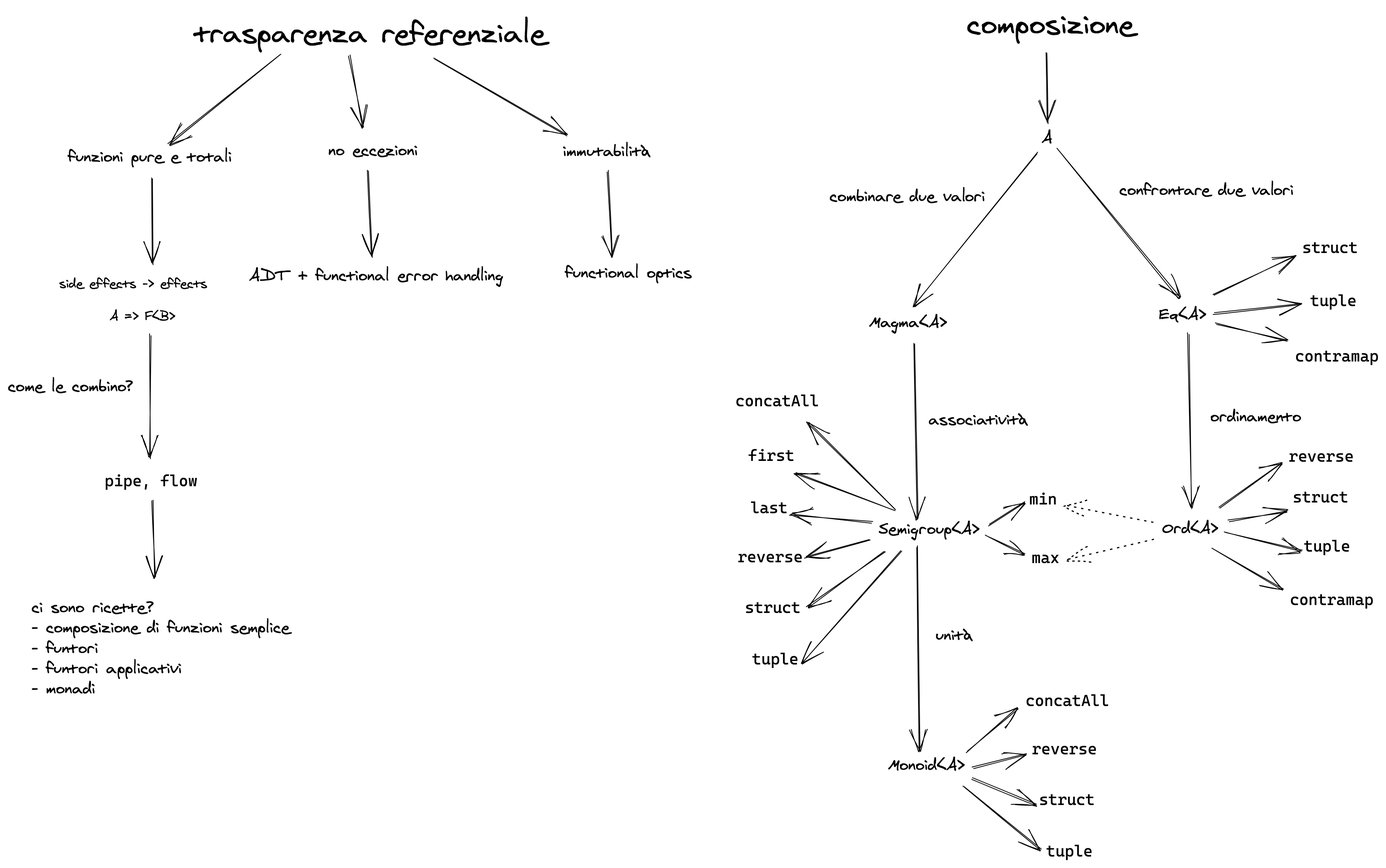
Earlier version of the Excalidraw export mind-map.png (enricopolanski/functional-programming). Source tidied: one line per element, renumbered; positions are measured from the earlier drawing's top-left corner, leaving out a move shared by most shapes.
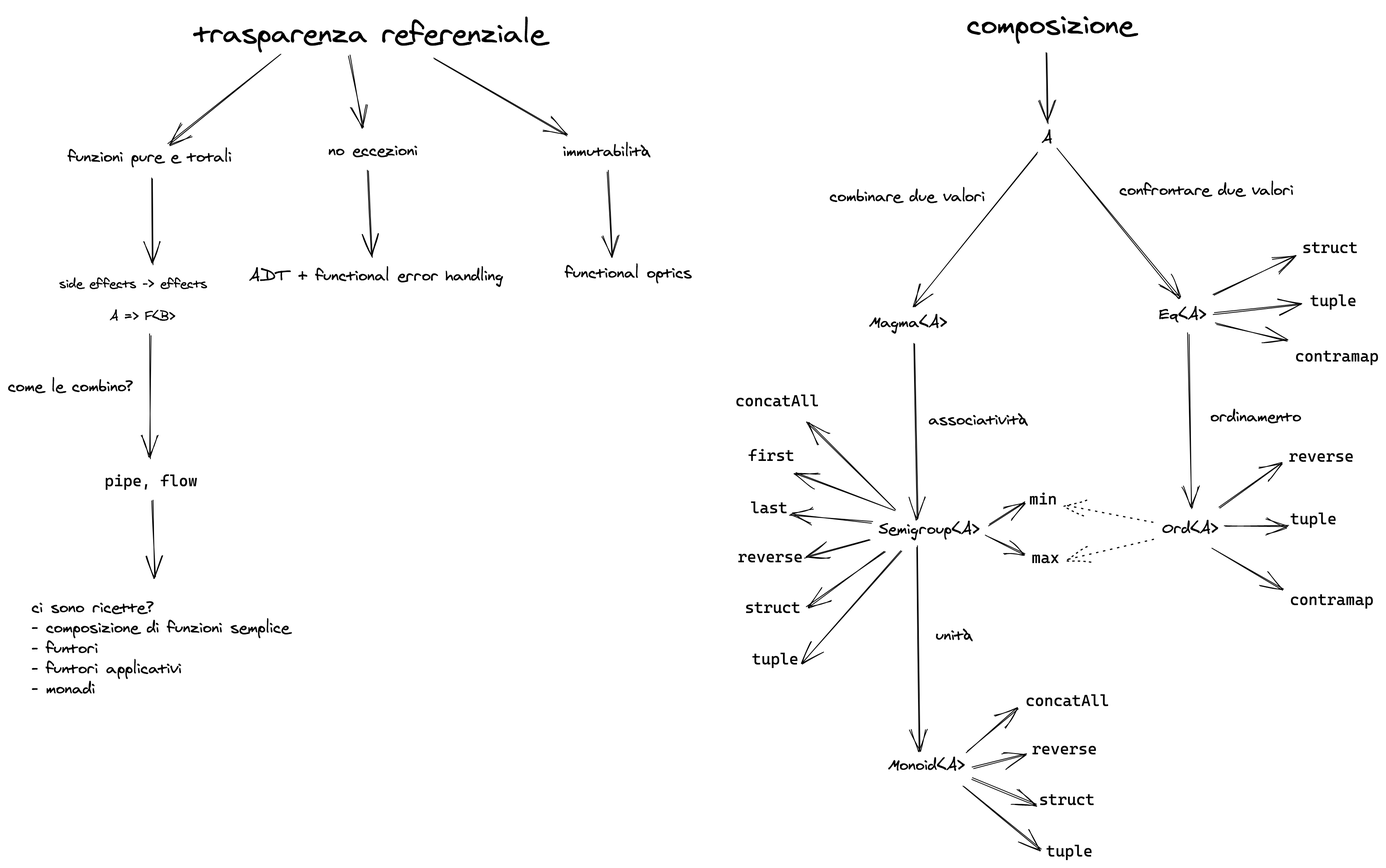
Later version of the same file.

Change to the diagram source:
```diff
@@ -54,10 +54,8 @@
 {"id": 53, "type": "text", "text": "tuple", "strokeColor": "#000000", "backgroundColor": "#868e96", "fillStyle": "hachure", "strokeWidth": 1, "roughness": 1, "fontSize": 20, "fontFamily": 3, "x": 1645, "y": 356, "width": 59, "height": 25}
 {"id": 54, "type": "arrow", "strokeColor": "#000000", "backgroundColor": "#868e96", "fillStyle": "hachure", "strokeWidth": 1, "roughness": 1, "endArrowhead": "arrow", "from": 10, "to": 52, "x": 1523, "y": 363, "width": 103, "height": 49, "points": [[0, 0], [103, -49]]}
 {"id": 55, "type": "arrow", "strokeColor": "#000000", "backgroundColor": "#868e96", "fillStyle": "hachure", "strokeWidth": 1, "roughness": 1, "endArrowhead": "arrow", "from": 10, "to": 53, "x": 1524, "y": 385, "width": 111, "height": 11, "points": [[0, 0], [111, -11]]}
-{"id": 56, "type": "text", "text": "struct", "strokeColor": "#000000", "backgroundColor": "#868e96", "fillStyle": "hachure", "strokeWidth": 1, "roughness": 1, "fontSize": 20, "fontFamily": 3, "x": 1623, "y": 604, "width": 70, "height": 25}
-{"id": 57, "type": "text", "text": "tuple", "strokeColor": "#000000", "backgroundColor": "#868e96", "fillStyle": "hachure", "strokeWidth": 1, "roughness": 1, "fontSize": 20, "fontFamily": 3, "x": 1637, "y": 666, "width": 59, "height": 25}
+{"id": 57, "type": "text", "text": "tuple", "strokeColor": "#000000", "backgroundColor": "#868e96", "fillStyle": "hachure", "strokeWidth": 1, "roughness": 1, "fontSize": 20, "fontFamily": 3, "x": 1619, "y": 632, "width": 59, "height": 25}
-{"id": 58, "type": "arrow", "strokeColor": "#000000", "backgroundColor": "#868e96", "fillStyle": "hachure", "strokeWidth": 1, "roughness": 1, "endArrowhead": "arrow", "from": 11, "to": 56, "x": 1542, "y": 647, "width": 74, "height": 11, "points": [[0, 0], [74, -11]]}
-{"id": 59, "type": "arrow", "strokeColor": "#000000", "backgroundColor": "#868e96", "fillStyle": "hachure", "strokeWidth": 1, "roughness": 1, "endArrowhead": "arrow", "from": 11, "to": 57, "x": 1538, "y": 662, "width": 98, "height": 23, "points": [[0, 0], [98, 23]]}
+{"id": 59, "type": "arrow", "strokeColor": "#000000", "backgroundColor": "#868e96", "fillStyle": "hachure", "strokeWidth": 1, "roughness": 1, "endArrowhead": "arrow", "from": 11, "to": 57, "x": 1538, "y": 654, "width": 81, "height": 1, "points": [[0, 0], [81, -1]]}
 {"id": 60, "type": "text", "text": "contramap", "strokeColor": "#000000", "backgroundColor": "#868e96", "fillStyle": "hachure", "strokeWidth": 1, "roughness": 1, "fontSize": 20, "fontFamily": 3, "x": 1626, "y": 426, "width": 105, "height": 25}
 {"id": 61, "type": "arrow", "strokeColor": "#000000", "backgroundColor": "#868e96", "fillStyle": "hachure", "strokeWidth": 1, "roughness": 1, "endArrowhead": "arrow", "from": 10, "to": 60, "x": 1526, "y": 399, "width": 91, "height": 22, "points": [[0, 0], [91, 22]]}
 {"id": 62, "type": "text", "text": "contramap", "strokeColor": "#000000", "backgroundColor": "#868e96", "fillStyle": "hachure", "strokeWidth": 1, "roughness": 1, "fontSize": 20, "fontFamily": 3, "x": 1619, "y": 734, "width": 105, "height": 25}
```
